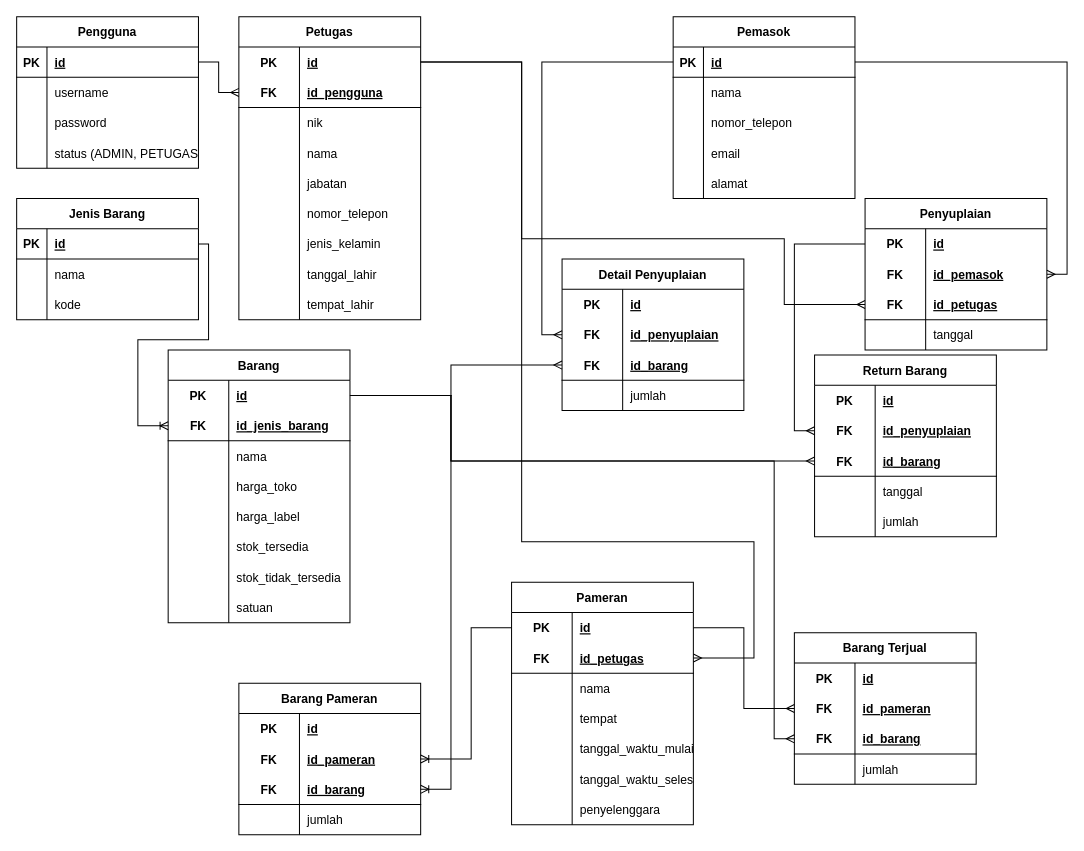
The draw.io diagram db/Database Schema.drawio in yafizh/Aplikasi-Gudang-The-Zamrud-Jewellery, before the edit. Source tidied: cells renumbered, new cells numbered last; positions are measured from the earlier drawing's top-left corner, leaving out a move shared by most shapes. Both pictures are drawn from the tidied source at 101%, with x=0, y=0 at pixel (16, 16).
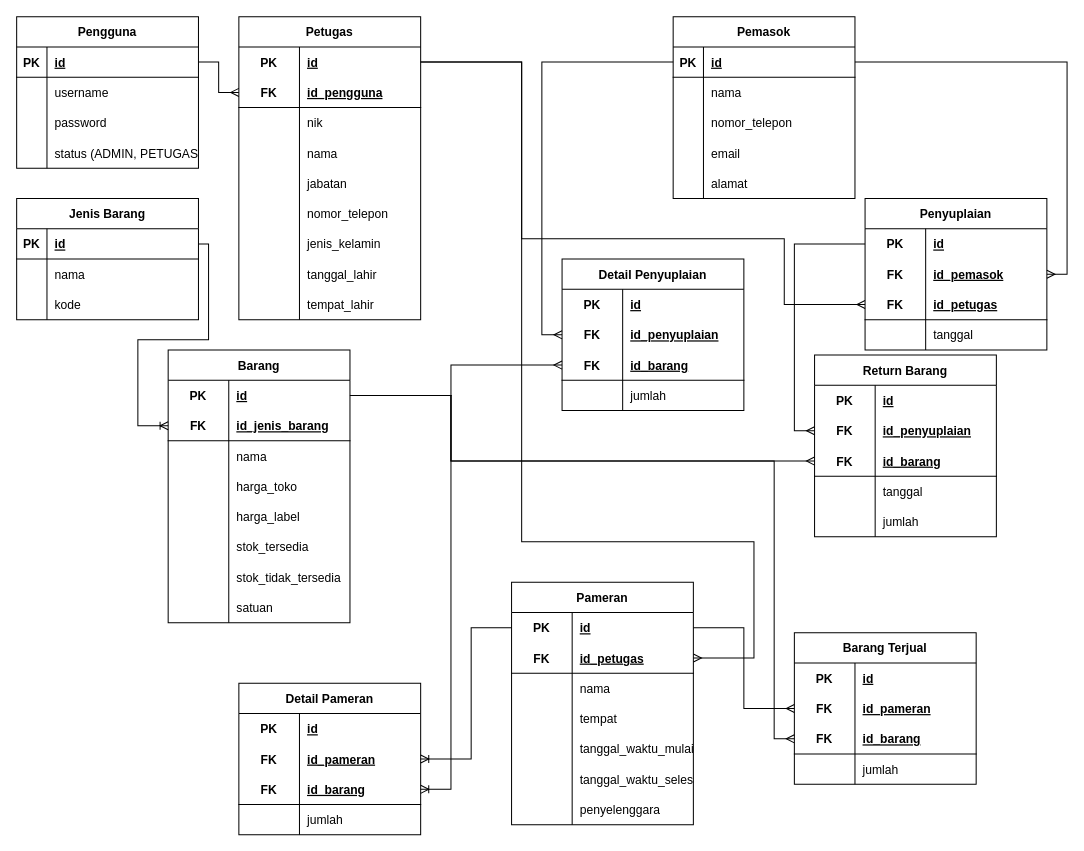
The same diagram, later.

What changed in the source:
```diff
@@
-    <mxCell id="107" value="Barang Pameran" style="shape=table;startSize=30;childLayout=tableLayout;rowLines=0;fontStyle=1;align=center;" parent="1" vertex="1">
+    <mxCell id="107" value="Detail Pameran" style="shape=table;startSize=30;childLayout=tableLayout;rowLines=0;fontStyle=1;align=center;" parent="1" vertex="1">
       <mxGeometry x="220" y="660" width="180" height="150" as="geometry" />
     </mxCell>
```
